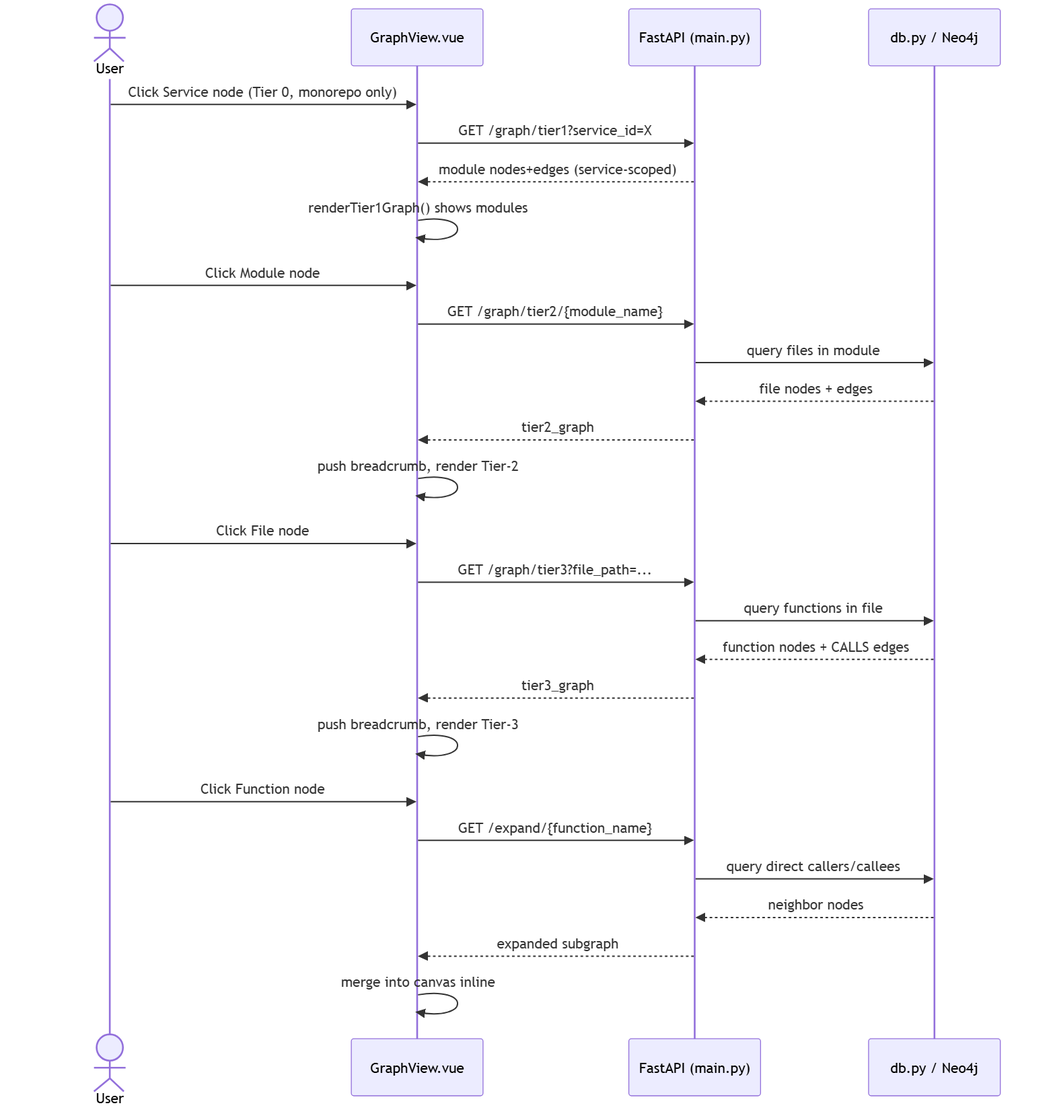
Above: srs_diagrams/diagram_07.png in farjanasarker/Code_Base_Visualisation (Mermaid), before the change. Its source is kept beside it as srs_diagrams/diagram_07.mmd.
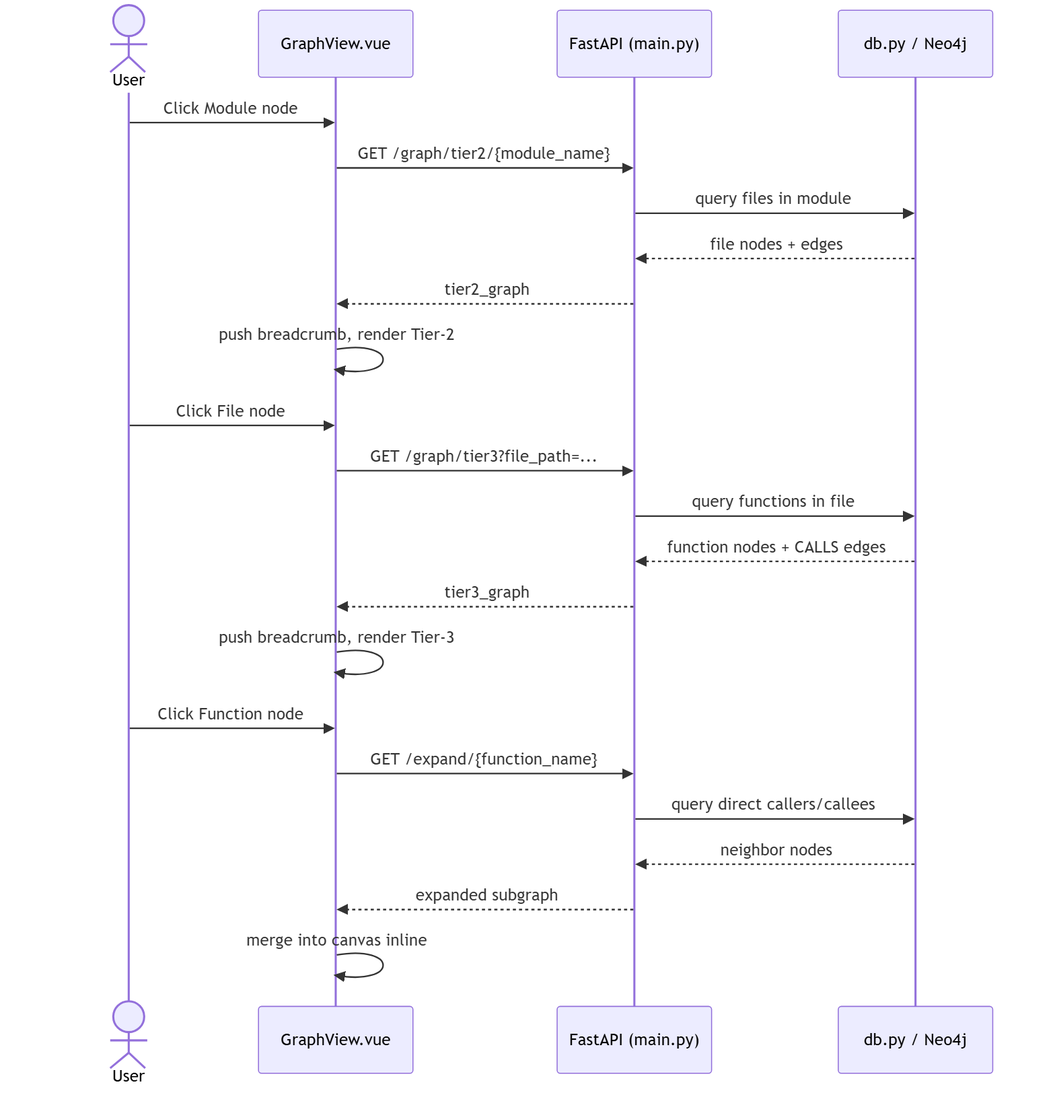
After the commit.

Diff of the diagram source:
```diff
@@ -3,11 +3,6 @@
     participant FE as GraphView.vue
     participant API as FastAPI (main.py)
     participant DB as db.py / Neo4j
-
-    U->>FE: Click Service node (Tier 0, monorepo only)
-    FE->>API: GET /graph/tier1?service_id=X
-    API-->>FE: module nodes+edges (service-scoped)
-    FE->>FE: renderTier1Graph() shows modules
 
     U->>FE: Click Module node
     FE->>API: GET /graph/tier2/{module_name}
```
